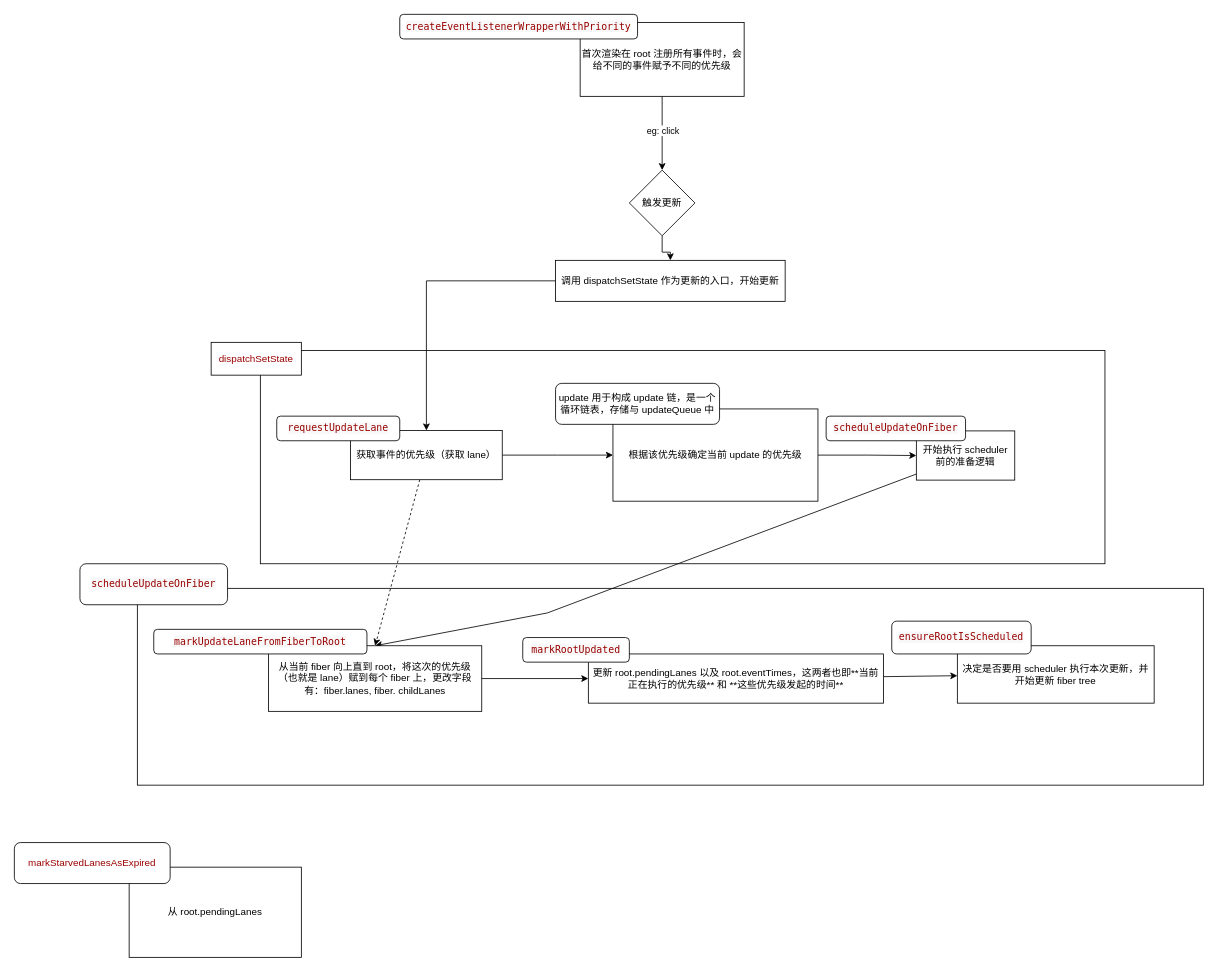
wine-fall/drawioDisk keeps this draw.io diagram as react-lane.drawio. Above is the earlier version. Source tidied: cells renumbered, new cells numbered last; positions are measured from the earlier drawing's top-left corner, leaving out a move shared by most shapes. Both pictures are drawn from the tidied source at 82%, with x=0, y=0 at pixel (14, 14).
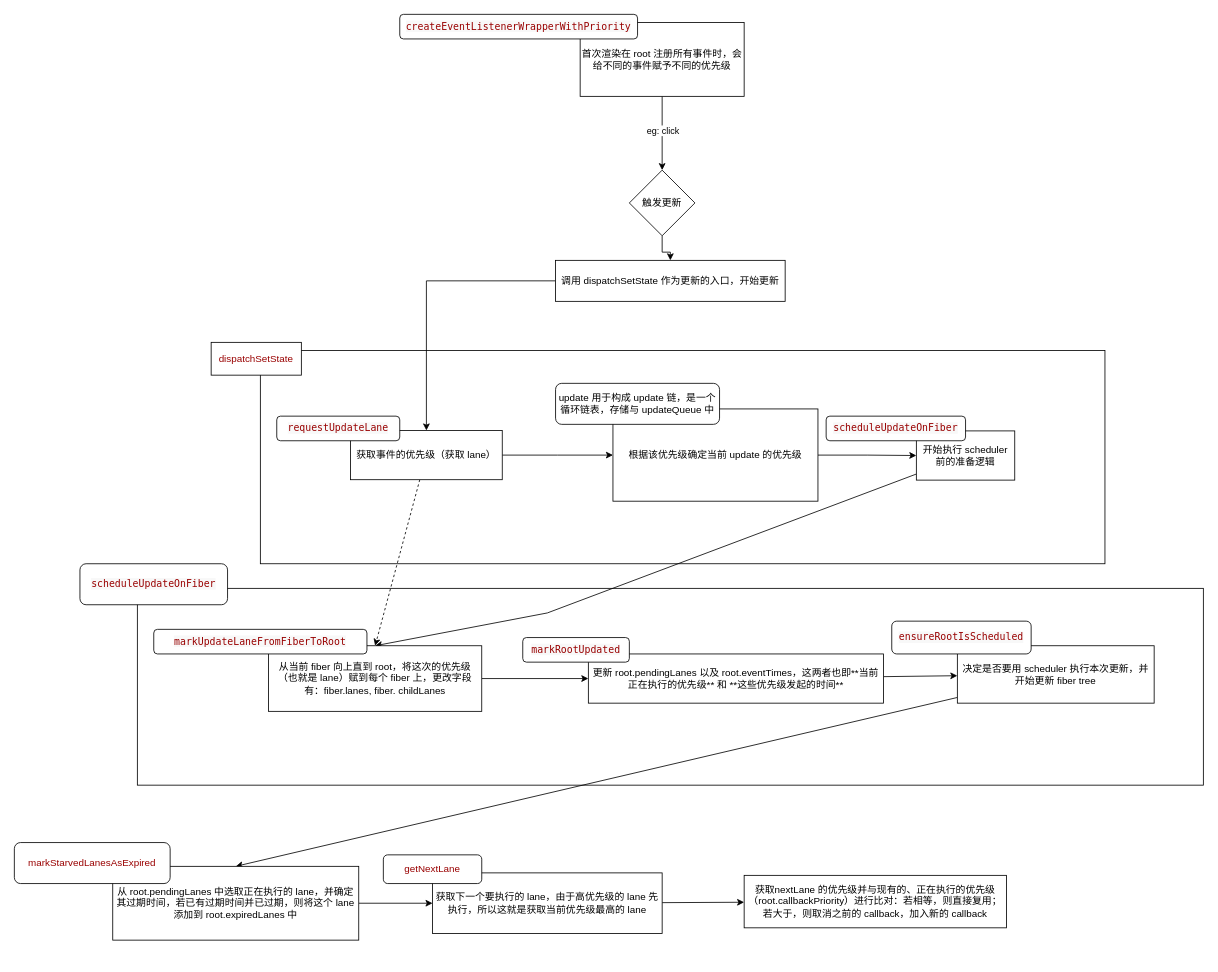
The same page after the edit.

The change refers to these unchanged cells:
```xml
<mxCell id="29" value="决定是否要用 scheduler 执行本次更新，并开始更新 fiber tree" style="rounded=0;whiteSpace=wrap;html=1;fontColor=#000000;" parent="1" vertex="1">
  <mxGeometry x="1150" y="770" width="240" height="70" as="geometry" />
</mxCell>
```

Diff of the diagram source:
```diff
@@
+    <mxCell id="34" style="edgeStyle=none;rounded=0;jettySize=auto;html=1;entryX=0.5;entryY=0;entryDx=0;entryDy=0;fontColor=#990000;" parent="1" edge="1" source="29" target="32">
+      <mxGeometry relative="1" as="geometry" />
+    </mxCell>
@@
+    <mxCell id="35" style="edgeStyle=none;rounded=0;jettySize=auto;html=1;fontColor=#990000;" parent="1" edge="1" source="32" target="37">
+      <mxGeometry relative="1" as="geometry" />
+    </mxCell>
-    <mxCell id="32" value="从 root.pendingLanes" style="rounded=0;whiteSpace=wrap;html=1;fontColor=#000000;" parent="1" vertex="1">
-      <mxGeometry x="140" y="1040" width="210" height="110" as="geometry" />
+    <mxCell id="32" value="从 root.pendingLanes 中选取正在执行的 lane，并确定其过期时间，若已有过期时间并已过期，则将这个 lane 添加到 root.expiredLanes 中" style="rounded=0;whiteSpace=wrap;html=1;fontColor=#000000;" parent="1" vertex="1">
+      <mxGeometry x="120" y="1039" width="300" height="90" as="geometry" />
     </mxCell>
@@
+    <mxCell id="36" style="edgeStyle=none;rounded=0;jettySize=auto;html=1;fontColor=#990000;" parent="1" edge="1" source="37" target="39">
+      <mxGeometry relative="1" as="geometry" />
+    </mxCell>
+    <mxCell id="37" value="&lt;font color=&quot;#000000&quot;&gt;获取下一个要执行的 lane，由于高优先级的 lane 先执行，所以这就是获取当前优先级最高的 lane&lt;/font&gt;" style="rounded=0;whiteSpace=wrap;html=1;fontColor=#990000;" parent="1" vertex="1">
+      <mxGeometry x="510" y="1047" width="280" height="74" as="geometry" />
+    </mxCell>
+    <mxCell id="38" value="&lt;font color=&quot;#990000&quot;&gt;getNextLane&lt;/font&gt;" style="rounded=1;whiteSpace=wrap;html=1;fontColor=#000000;" parent="1" vertex="1">
+      <mxGeometry x="450" y="1025" width="120" height="35" as="geometry" />
+    </mxCell>
+    <mxCell id="39" value="&lt;font color=&quot;#000000&quot;&gt;获取nextLane 的优先级并与现有的、正在执行的优先级（root.callbackPriority）进行比对：若相等，则直接复用；若大于，则取消之前的 callback，加入新的 callback&lt;/font&gt;" style="rounded=0;whiteSpace=wrap;html=1;fontColor=#990000;" parent="1" vertex="1">
+      <mxGeometry x="890" y="1050" width="320" height="64" as="geometry" />
+    </mxCell>
```
